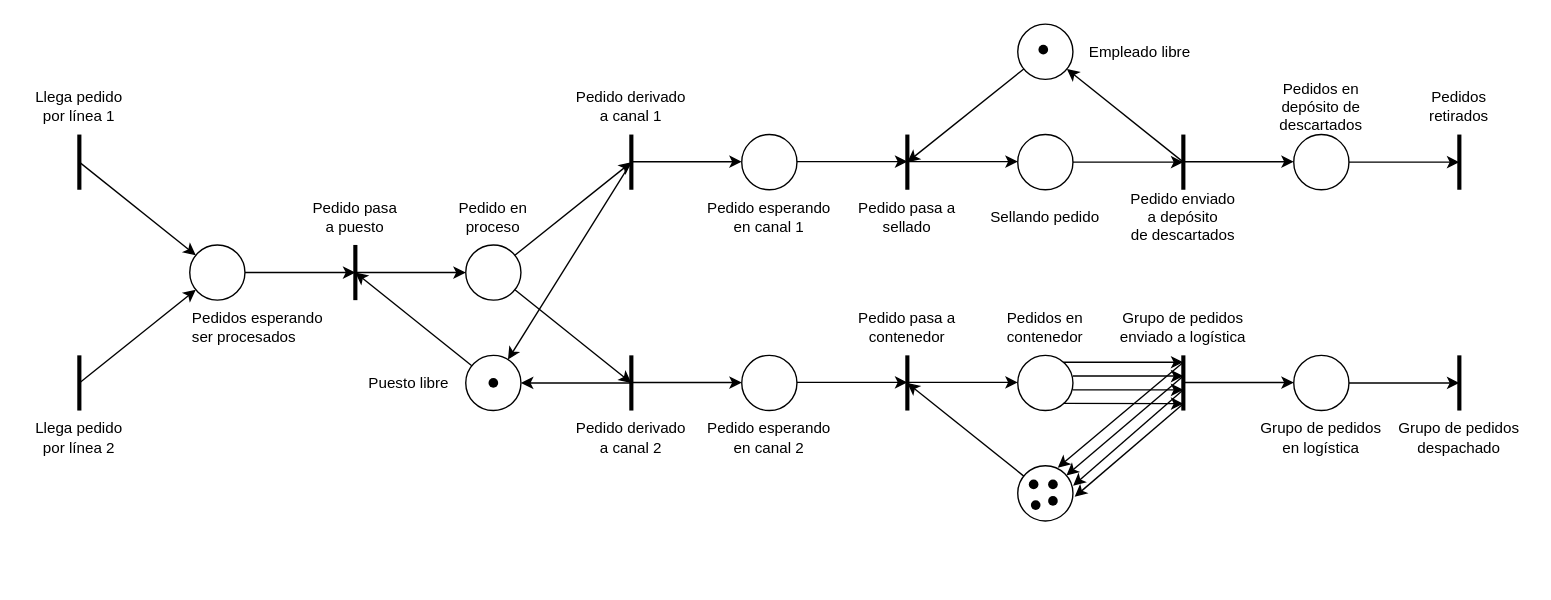
The draw.io diagram RP_7.drawio in mvalleym/ing_software1, before the edit. Source tidied: cells renumbered, new cells numbered last; positions are measured from the earlier drawing's top-left corner, leaving out a move shared by most shapes. Both pictures are drawn from the tidied source at 138%, with x=0, y=0 at pixel (23, 23).
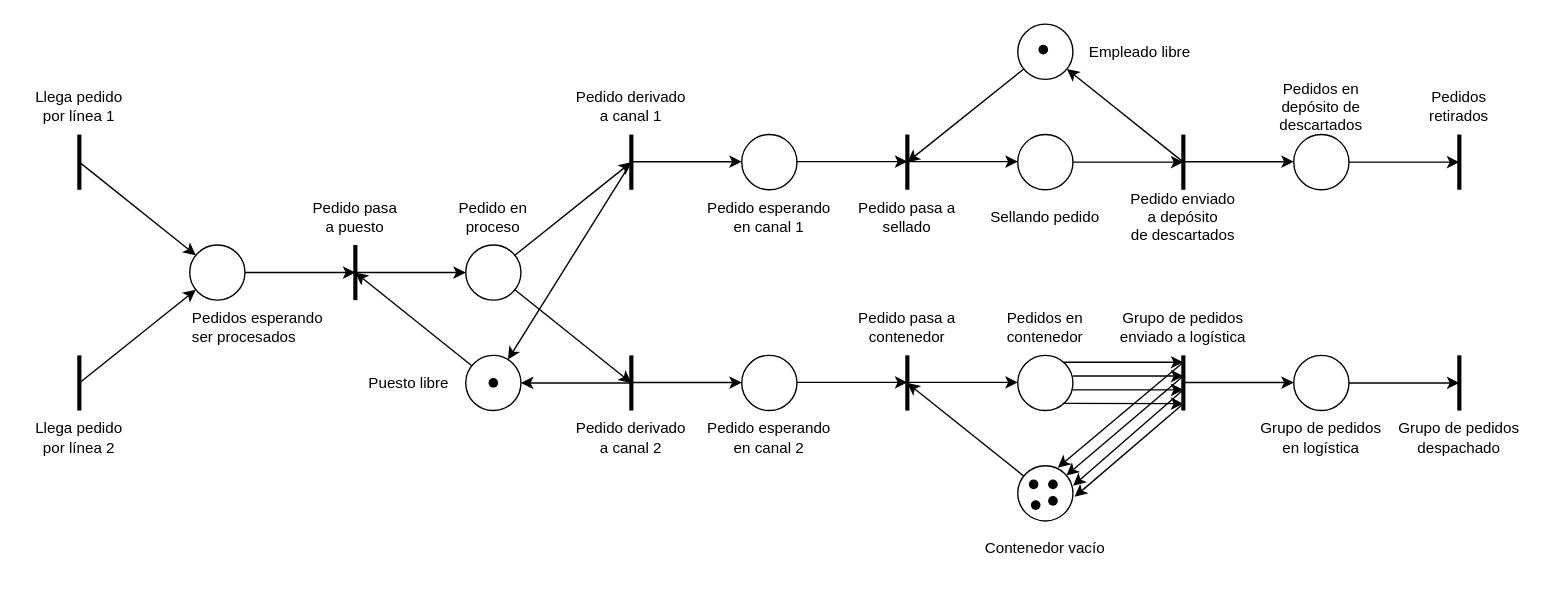
After the change.

The edit, as a diff of the source:
```diff
@@
+    <mxCell id="82" value="Contenedor vacío" style="text;html=1;strokeColor=none;fillColor=none;align=center;verticalAlign=middle;whiteSpace=wrap;rounded=0;fontSize=11;" parent="1" vertex="1">
+      <mxGeometry x="680" y="360" width="120" height="40" as="geometry" />
+    </mxCell>
```
